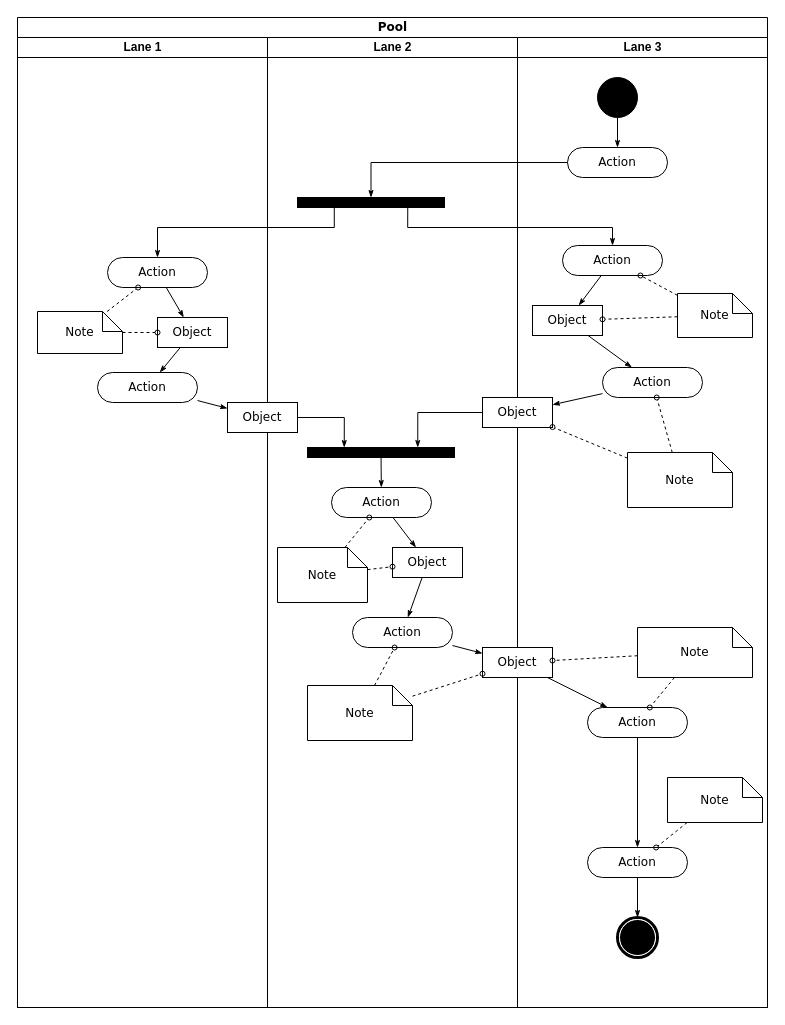
Above: proyect/Untitled Diagram.drawio in federicopfund/Full-stack-Web-mundo-E (draw.io), before the change. Source tidied: cells renumbered, new cells numbered last; positions are measured from the earlier drawing's top-left corner, leaving out a move shared by most shapes. Both pictures are drawn from the tidied source at 100%, with x=0, y=0 at pixel (17, 17).
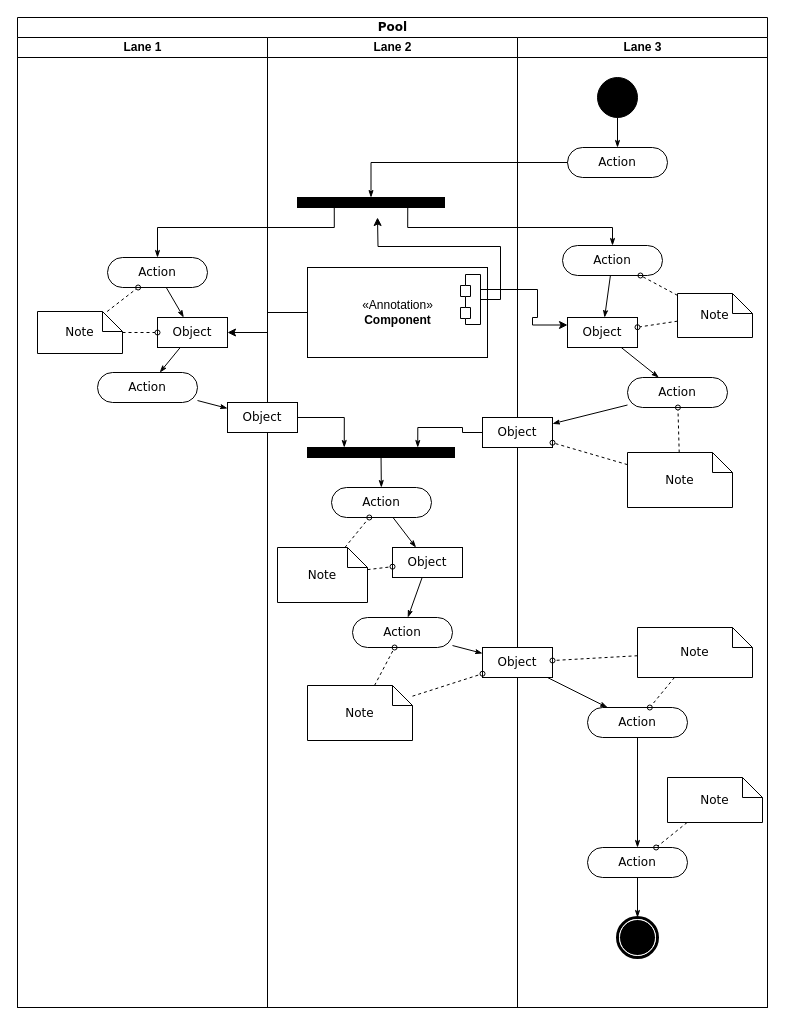
Above is the later version.

Unchanged cells that the change refers to:
```xml
<mxCell id="2" value="Pool" style="swimlane;html=1;startSize=20;rounded=0;shadow=0;comic=0;labelBackgroundColor=none;strokeWidth=1;fontFamily=Verdana;fontSize=12;align=center;" parent="1" vertex="1">
  <mxGeometry width="750" height="990" as="geometry" />
</mxCell>
<mxCell id="8" value="Object" style="rounded=0;whiteSpace=wrap;html=1;shadow=0;comic=0;labelBackgroundColor=none;strokeWidth=1;fontFamily=Verdana;fontSize=12;align=center;arcSize=50;" parent="3" vertex="1">
  <mxGeometry x="140" y="280" width="70" height="30" as="geometry" />
</mxCell>
<mxCell id="12" value="Lane 2" style="swimlane;html=1;startSize=20;" parent="2" vertex="1">
  <mxGeometry x="250" y="20" width="250" height="970" as="geometry" />
</mxCell>
<mxCell id="28" value="Lane 3" style="swimlane;html=1;startSize=20;" parent="2" vertex="1">
  <mxGeometry x="500" y="20" width="250" height="970" as="geometry" />
</mxCell>
```

Diff of the diagram source:
```diff
@@
+    <mxCell id="64" value="&amp;laquo;Annotation&amp;raquo;&lt;br/&gt;&lt;b&gt;Component&lt;/b&gt;" style="html=1;" parent="12" vertex="1">
+      <mxGeometry x="40" y="230" width="180" height="90" as="geometry" />
+    </mxCell>
+    <mxCell id="65" style="shape=module;jettyWidth=10;jettyHeight=11;" parent="64" vertex="1">
+      <mxGeometry x="1" width="20" height="50" relative="1" as="geometry">
+        <mxPoint x="-27" y="7" as="offset" />
+      </mxGeometry>
+    </mxCell>
@@
     <mxCell id="35" value="Action" style="rounded=1;whiteSpace=wrap;html=1;shadow=0;comic=0;labelBackgroundColor=none;strokeWidth=1;fontFamily=Verdana;fontSize=12;align=center;arcSize=50;" parent="28" vertex="1">
-      <mxGeometry x="85" y="330" width="100" height="30" as="geometry" />
+      <mxGeometry x="110" y="340" width="100" height="30" as="geometry" />
     </mxCell>
@@
     <mxCell id="37" value="Object" style="rounded=0;whiteSpace=wrap;html=1;shadow=0;comic=0;labelBackgroundColor=none;strokeWidth=1;fontFamily=Verdana;fontSize=12;align=center;arcSize=50;" parent="28" vertex="1">
-      <mxGeometry x="15" y="268" width="70" height="30" as="geometry" />
+      <mxGeometry x="50" y="280" width="70" height="30" as="geometry" />
     </mxCell>
     <mxCell id="38" value="Object" style="rounded=0;whiteSpace=wrap;html=1;shadow=0;comic=0;labelBackgroundColor=none;strokeWidth=1;fontFamily=Verdana;fontSize=12;align=center;arcSize=50;" parent="28" vertex="1">
-      <mxGeometry x="-35" y="360" width="70" height="30" as="geometry" />
+      <mxGeometry x="-35" y="380" width="70" height="30" as="geometry" />
     </mxCell>
@@
+    <mxCell id="66" style="edgeStyle=orthogonalEdgeStyle;rounded=0;jettySize=auto;html=1;" parent="2" edge="1" source="64" target="8">
+      <mxGeometry relative="1" as="geometry" />
+    </mxCell>
+    <mxCell id="67" style="edgeStyle=orthogonalEdgeStyle;rounded=0;jettySize=auto;html=1;entryX=0;entryY=0.25;entryDx=0;entryDy=0;" parent="2" edge="1" source="65" target="37">
+      <mxGeometry relative="1" as="geometry">
+        <Array as="points">
+          <mxPoint x="520" y="272" />
+          <mxPoint x="520" y="300" />
+          <mxPoint x="515" y="300" />
+        </Array>
+      </mxGeometry>
+    </mxCell>
+    <mxCell id="68" style="edgeStyle=orthogonalEdgeStyle;rounded=0;jettySize=auto;html=1;exitX=1;exitY=0.5;exitDx=0;exitDy=0;" parent="1" edge="1" source="65">
+      <mxGeometry relative="1" as="geometry">
+        <mxPoint x="360" y="200" as="targetPoint" />
+      </mxGeometry>
+    </mxCell>
```
